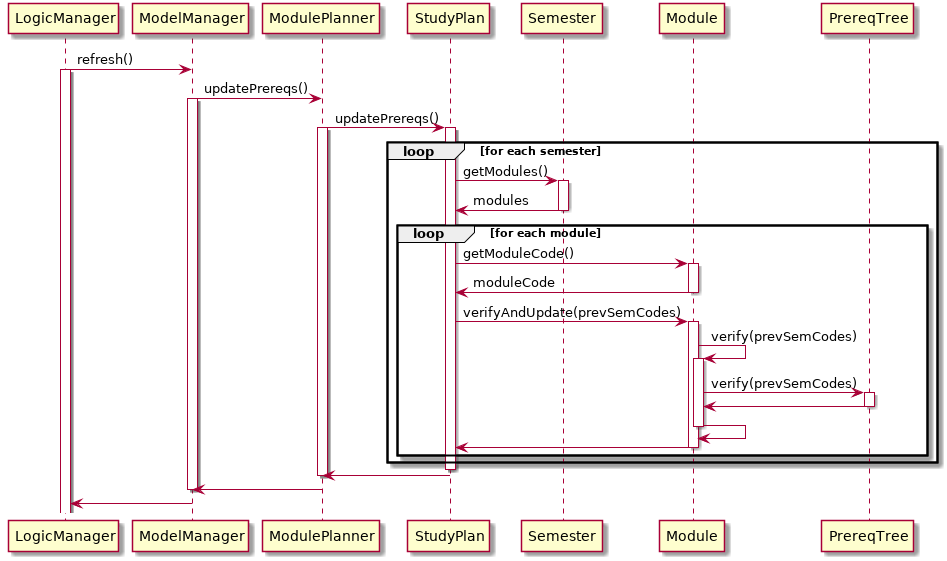
This is docs/images/VerificationRefreshSequenceDiagram.png from halfwhole/main, a PlantUML export, as it was before one commit.
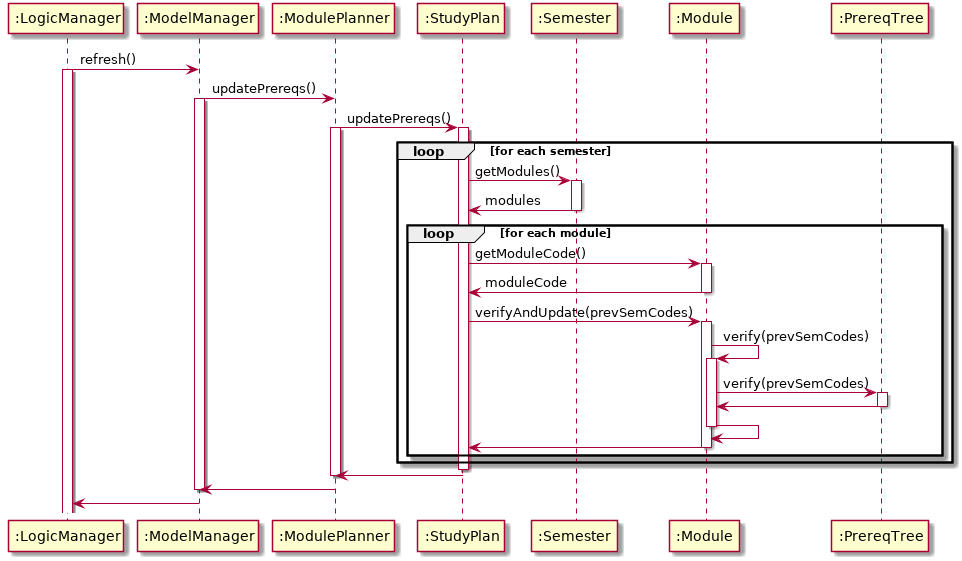
After the change.

Commit message:
Update developer guide diagrams for verification

Change to the diagram source:
```diff
@@ -1,4 +1,12 @@
 @startuml
+
+participant ":LogicManager" as LogicManager
+participant ":ModelManager" as ModelManager
+participant ":ModulePlanner" as ModulePlanner
+participant ":StudyPlan" as StudyPlan
+participant ":Semester" as Semester
+participant ":Module" as Module
+participant ":PrereqTree" as PrereqTree
 
 LogicManager -> ModelManager: refresh()
 activate LogicManager
```
